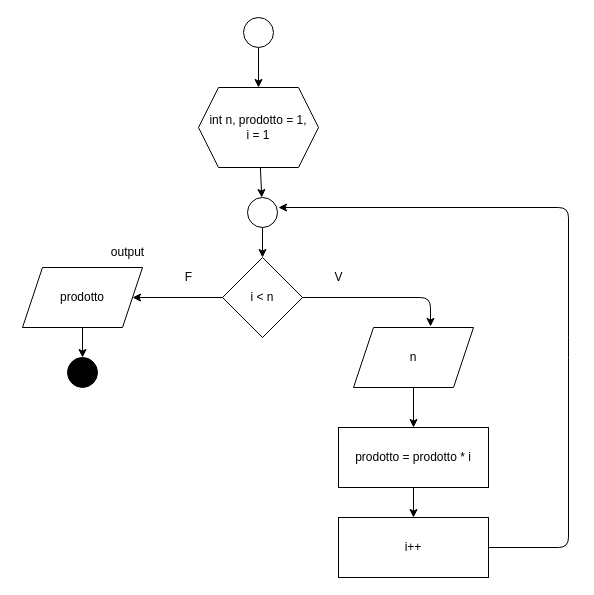
FrancescoGobbi/Didattica_GalileoGalilei_Ostiglia keeps this draw.io diagram as AS_2023_2024/2TrED/Teoria/Teoria9.drawio. Above is the earlier version. Source tidied: cells renumbered, new cells numbered last; positions are measured from the earlier drawing's top-left corner, leaving out a move shared by most shapes. Both pictures are drawn from the tidied source at 100%, with x=0, y=0 at pixel (22, 17).
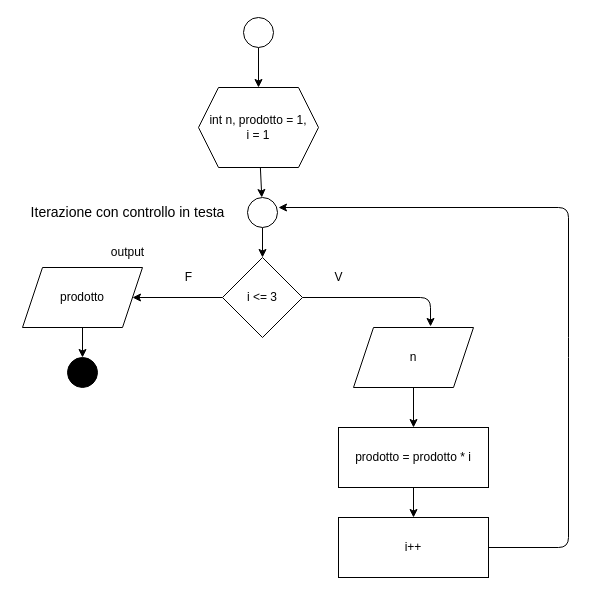
After the change.

Diff of the diagram source:
```diff
@@
-    <mxCell id="6" value="i &amp;lt; n" style="rhombus;whiteSpace=wrap;html=1;" parent="1" vertex="1">
+    <mxCell id="6" value="i &amp;lt;= 3" style="rhombus;whiteSpace=wrap;html=1;" parent="1" vertex="1">
       <mxGeometry x="200" y="240" width="80" height="80" as="geometry" />
     </mxCell>
@@
+    <mxCell id="23" value="Iterazione con controllo in testa" style="text;html=1;align=center;verticalAlign=middle;strokeColor=none;fillColor=none;fontSize=14;" parent="1" vertex="1">
+      <mxGeometry x="-5" y="180" width="220" height="30" as="geometry" />
+    </mxCell>
```
